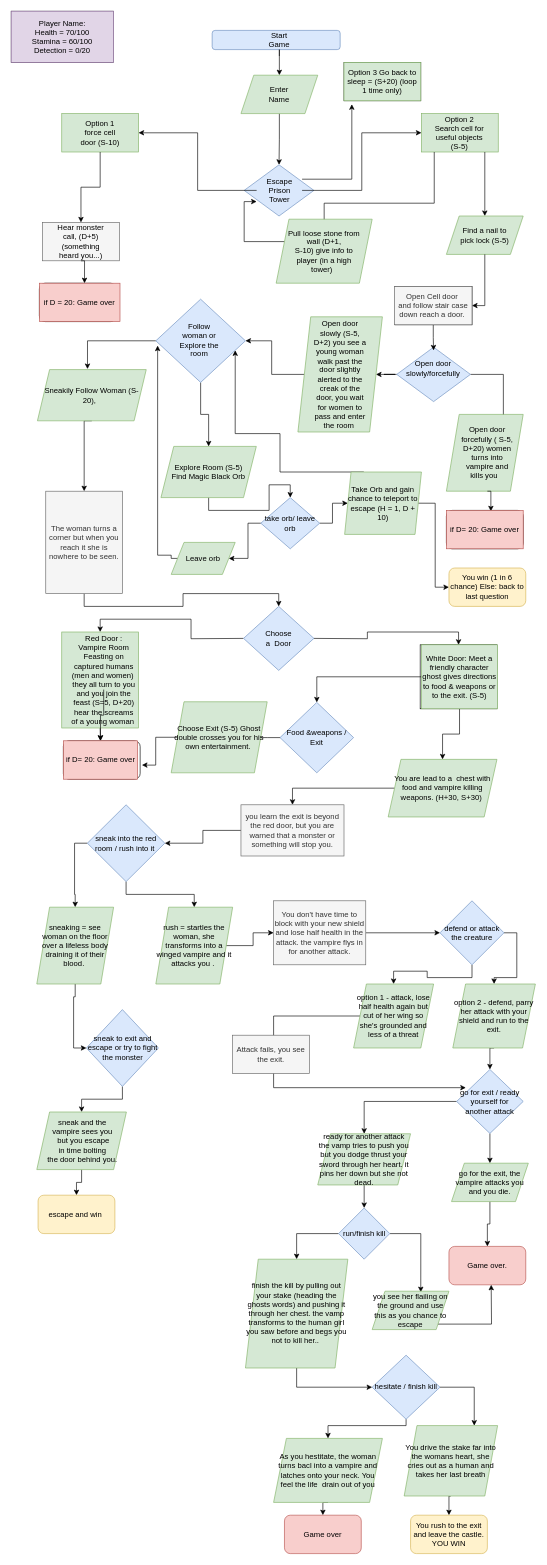
Fantastic-f4/Adventure_Game keeps this draw.io diagram as 1 - Fantastic F4.drawio. Above is the earlier version. Source tidied: cells renumbered, new cells numbered last; positions are measured from the earlier drawing's top-left corner, leaving out a move shared by most shapes. Both pictures are drawn from the tidied source at 64%, with x=0, y=0 at pixel (11, 11).
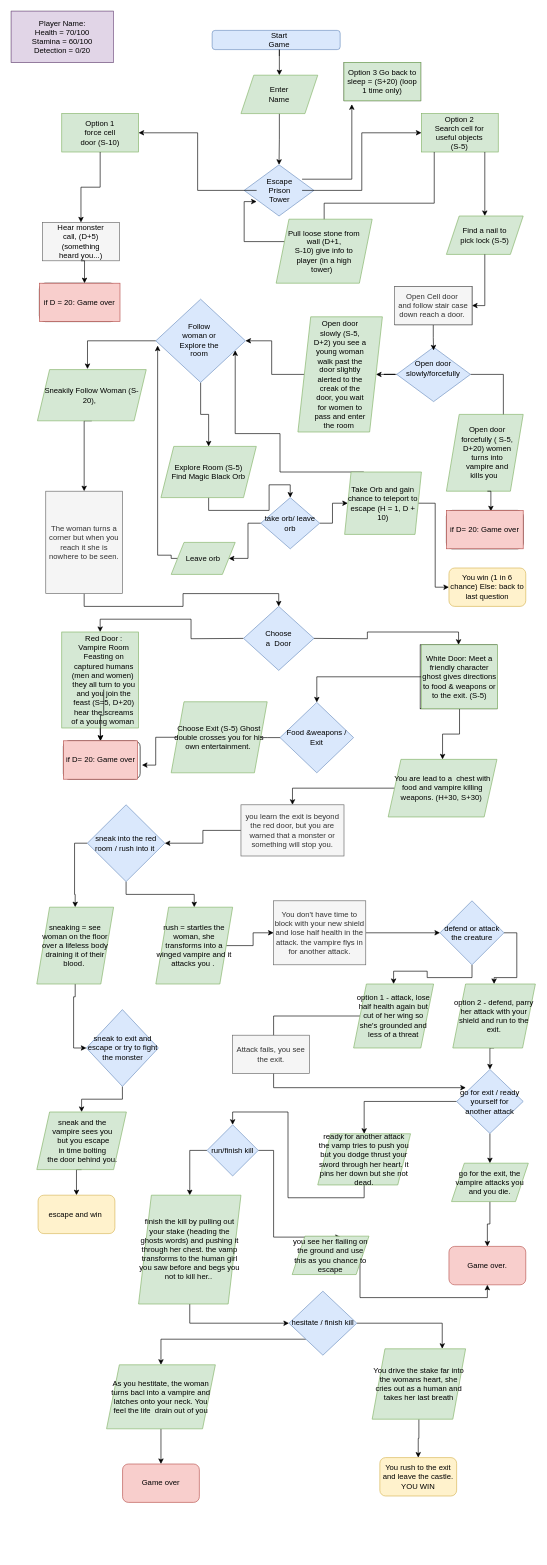
The same page after the edit.

The change refers to these unchanged cells:
```xml
<mxCell id="113" value="Game over." style="rounded=1;whiteSpace=wrap;html=1;fillColor=#f8cecc;strokeColor=#b85450;" parent="1" vertex="1">
  <mxGeometry x="684" y="1930" width="120" height="60" as="geometry" />
</mxCell>
<mxCell id="135" style="shape=parallelogram;perimeter=parallelogramPerimeter;whiteSpace=wrap;html=1;fixedSize=1;fillColor=#d5e8d4;strokeColor=#82b366;" parent="1" vertex="1">
  <mxGeometry x="40" y="1720" width="140" height="90" as="geometry" />
</mxCell>
<mxCell id="136" value="escape and win&amp;nbsp;" style="rounded=1;whiteSpace=wrap;html=1;fillColor=#fff2cc;strokeColor=#d6b656;" parent="1" vertex="1">
  <mxGeometry x="42" y="1850" width="120" height="60" as="geometry" />
</mxCell>
```

Change to the diagram source:
```diff
@@
     <mxCell id="116" style="edgeStyle=orthogonalEdgeStyle;rounded=0;jettySize=auto;html=1;exitX=1;exitY=0.5;exitDx=0;exitDy=0;entryX=0.633;entryY=0.025;entryDx=0;entryDy=0;entryPerimeter=0;" parent="1" edge="1" source="118" target="120">
-      <mxGeometry relative="1" as="geometry" />
+      <mxGeometry relative="1" as="geometry">
+        <Array as="points">
+          <mxPoint x="410" y="1780" />
+          <mxPoint x="410" y="1916" />
+        </Array>
+      </mxGeometry>
     </mxCell>
@@
     <mxCell id="118" value="run/finish kill" style="rhombus;whiteSpace=wrap;html=1;fillColor=#dae8fc;strokeColor=#6c8ebf;" parent="1" vertex="1">
-      <mxGeometry x="511.5" y="1870" width="80" height="80" as="geometry" />
+      <mxGeometry x="306" y="1740" width="80" height="80" as="geometry" />
     </mxCell>
-    <mxCell id="119" style="edgeStyle=orthogonalEdgeStyle;rounded=0;jettySize=auto;html=1;exitX=1;exitY=1;exitDx=0;exitDy=0;" parent="1" edge="1" source="120">
-      <mxGeometry relative="1" as="geometry">
-        <mxPoint x="750" y="1990" as="targetPoint" />
-      </mxGeometry>
-    </mxCell>
+    <mxCell id="139" style="edgeStyle=orthogonalEdgeStyle;rounded=0;jettySize=auto;html=1;exitX=1;exitY=0.5;exitDx=0;exitDy=0;entryX=0.5;entryY=1;entryDx=0;entryDy=0;" parent="1" edge="1" source="120" target="113">
+      <mxGeometry relative="1" as="geometry">
+        <Array as="points">
+          <mxPoint x="545" y="2010" />
+          <mxPoint x="744" y="2010" />
+        </Array>
+      </mxGeometry>
+    </mxCell>
     <mxCell id="120" value="you see her flailing on the ground and use this as you chance to escape" style="shape=parallelogram;perimeter=parallelogramPerimeter;whiteSpace=wrap;html=1;fixedSize=1;fillColor=#d5e8d4;strokeColor=#82b366;" parent="1" vertex="1">
-      <mxGeometry x="564" y="2000" width="120" height="60" as="geometry" />
+      <mxGeometry x="439" y="1914" width="120" height="60" as="geometry" />
     </mxCell>
@@
     <mxCell id="122" value="finish the kill by pulling out your stake (heading the ghosts words) and pushing it through her chest. the vamp transforms to the human girl you saw before and begs you not to kill her..&amp;nbsp;" style="shape=parallelogram;perimeter=parallelogramPerimeter;whiteSpace=wrap;html=1;fixedSize=1;fillColor=#d5e8d4;strokeColor=#82b366;" parent="1" vertex="1">
-      <mxGeometry x="366" y="1950" width="160" height="170" as="geometry" />
+      <mxGeometry x="199" y="1850" width="160" height="170" as="geometry" />
     </mxCell>
+    <mxCell id="124" style="edgeStyle=orthogonalEdgeStyle;rounded=0;jettySize=auto;html=1;exitX=1;exitY=0.5;exitDx=0;exitDy=0;entryX=0.75;entryY=0;entryDx=0;entryDy=0;" parent="1" edge="1" source="125" target="130">
+      <mxGeometry relative="1" as="geometry" />
+    </mxCell>
-    <mxCell id="123" style="edgeStyle=orthogonalEdgeStyle;rounded=0;jettySize=auto;html=1;exitX=0.5;exitY=1;exitDx=0;exitDy=0;entryX=0.5;entryY=0;entryDx=0;entryDy=0;" parent="1" edge="1" source="125" target="127">
-      <mxGeometry relative="1" as="geometry">
-        <Array as="points">
-          <mxPoint x="617" y="2210" />
-          <mxPoint x="495" y="2210" />
-        </Array>
-      </mxGeometry>
+    <mxCell id="123" style="edgeStyle=orthogonalEdgeStyle;rounded=0;jettySize=auto;html=1;exitX=0;exitY=1;exitDx=0;exitDy=0;" parent="1" edge="1" source="125" target="127">
+      <mxGeometry relative="1" as="geometry" />
     </mxCell>
-    <mxCell id="124" style="edgeStyle=orthogonalEdgeStyle;rounded=0;jettySize=auto;html=1;exitX=1;exitY=0.5;exitDx=0;exitDy=0;entryX=0.75;entryY=0;entryDx=0;entryDy=0;" parent="1" edge="1" source="125" target="130">
-      <mxGeometry relative="1" as="geometry" />
-    </mxCell>
     <mxCell id="125" value="hesitate / finish kill" style="rhombus;whiteSpace=wrap;html=1;fillColor=#dae8fc;strokeColor=#6c8ebf;" parent="1" vertex="1">
-      <mxGeometry x="564" y="2100" width="106" height="100" as="geometry" />
+      <mxGeometry x="434" y="2000" width="106" height="100" as="geometry" />
     </mxCell>
@@
     <mxCell id="127" value="As you hestitate, the woman turns bacl into a vampire and latches onto your neck. You feel the life&amp;nbsp; drain out of you" style="shape=parallelogram;perimeter=parallelogramPerimeter;whiteSpace=wrap;html=1;fixedSize=1;fillColor=#d5e8d4;strokeColor=#82b366;" parent="1" vertex="1">
-      <mxGeometry x="410" y="2230" width="170" height="100" as="geometry" />
+      <mxGeometry x="149" y="2115" width="170" height="100" as="geometry" />
     </mxCell>
     <mxCell id="128" value="Game over" style="rounded=1;whiteSpace=wrap;html=1;fillColor=#f8cecc;strokeColor=#b85450;" parent="1" vertex="1">
-      <mxGeometry x="427" y="2350" width="120" height="60" as="geometry" />
+      <mxGeometry x="174" y="2270" width="120" height="60" as="geometry" />
     </mxCell>
@@
     <mxCell id="130" value="You drive the stake far into the womans heart, she cries out as a human and takes her last breath" style="shape=parallelogram;perimeter=parallelogramPerimeter;whiteSpace=wrap;html=1;fixedSize=1;fillColor=#d5e8d4;strokeColor=#82b366;" parent="1" vertex="1">
-      <mxGeometry x="614" y="2210" width="146" height="110" as="geometry" />
+      <mxGeometry x="564" y="2090" width="146" height="110" as="geometry" />
     </mxCell>
     <mxCell id="131" value="You rush to the exit and leave the castle. YOU WIN" style="rounded=1;whiteSpace=wrap;html=1;fillColor=#fff2cc;strokeColor=#d6b656;" parent="1" vertex="1">
-      <mxGeometry x="624" y="2350" width="120" height="60" as="geometry" />
+      <mxGeometry x="576" y="2260" width="120" height="60" as="geometry" />
     </mxCell>
@@
     <mxCell id="134" style="edgeStyle=orthogonalEdgeStyle;rounded=0;jettySize=auto;html=1;exitX=0.5;exitY=1;exitDx=0;exitDy=0;entryX=0.5;entryY=0;entryDx=0;entryDy=0;" parent="1" edge="1" source="135" target="136">
-      <mxGeometry relative="1" as="geometry" />
+      <mxGeometry relative="1" as="geometry">
+        <Array as="points">
+          <mxPoint x="102" y="1810" />
+        </Array>
+      </mxGeometry>
     </mxCell>
```
